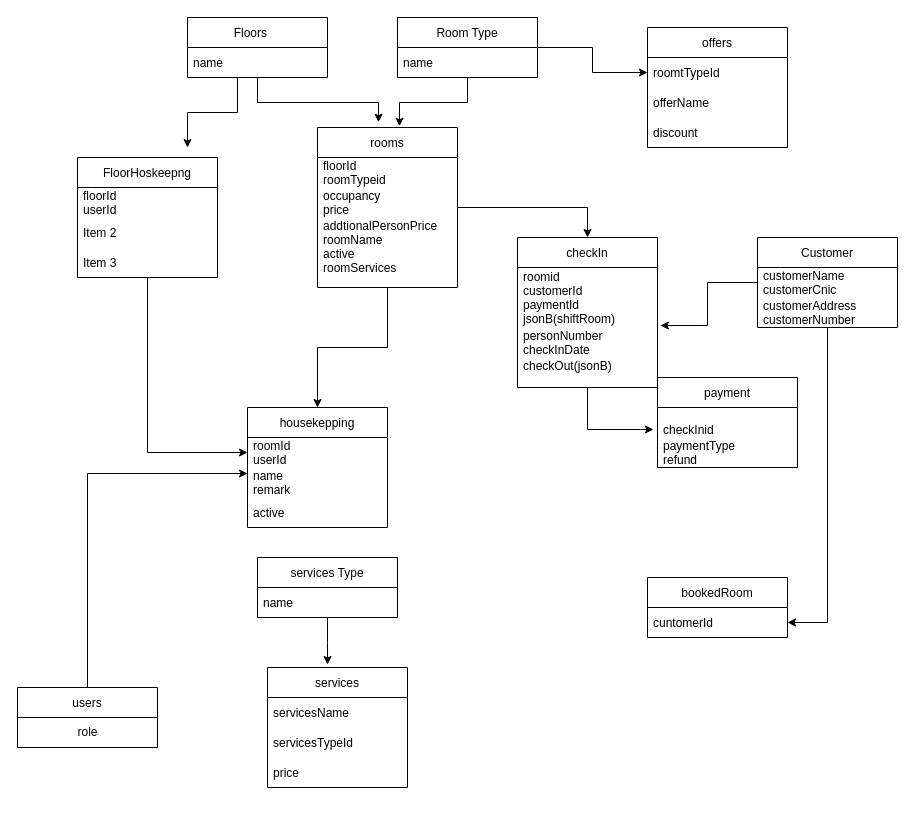
Before: new.drawio in zaryabali786/erdDiagram, a draw.io diagram. Source tidied: cells renumbered, new cells numbered last; positions are measured from the earlier drawing's top-left corner, leaving out a move shared by most shapes. Both pictures are drawn from the tidied source at 100%, with x=0, y=0 at pixel (17, 17).
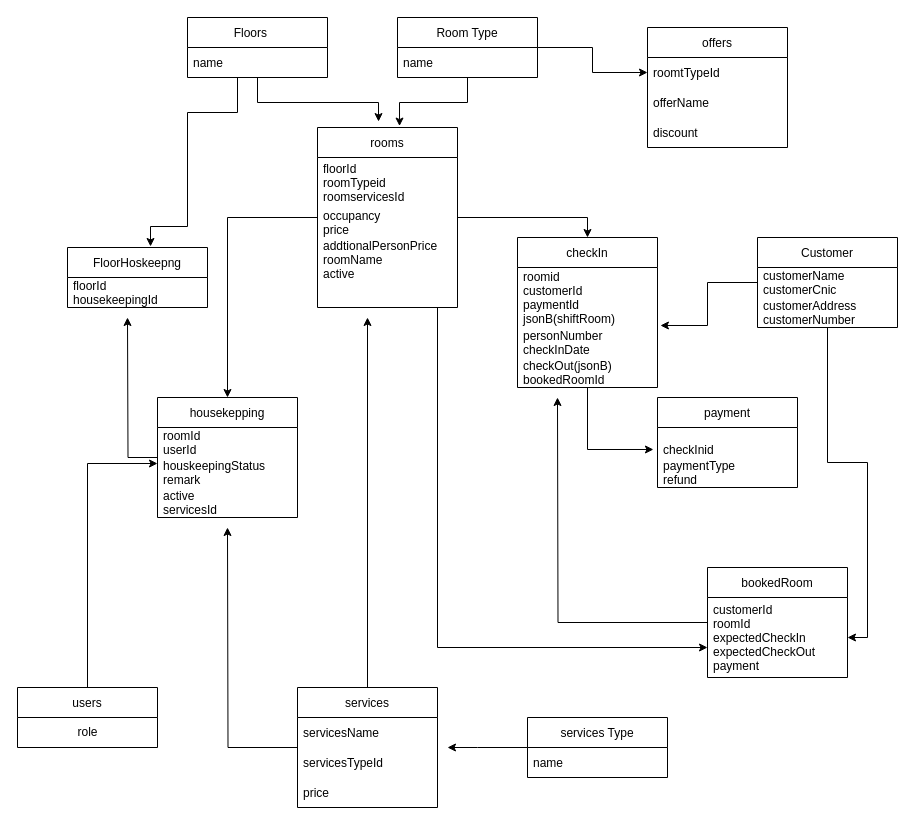
The same page after the edit.

Unchanged cells that the change refers to:
```xml
<mxCell id="4" value="Floors    " style="swimlane;fontStyle=0;horizontal=1;startSize=30;" parent="1" vertex="1">
  <mxGeometry x="170" width="140" height="60" as="geometry" />
</mxCell>
<mxCell id="33" value="roomId&#10;userId" style="text;strokeColor=none;fillColor=none;align=left;verticalAlign=middle;spacingLeft=4;spacingRight=4;overflow=hidden;points=[[0,0.5],[1,0.5]];portConstraint=eastwest;" parent="32" vertex="1">
  <mxGeometry y="30" width="140" height="30" as="geometry" />
</mxCell>
<mxCell id="42" value="users" style="swimlane;fontStyle=0;horizontal=1;startSize=30;" parent="1" vertex="1">
  <mxGeometry y="670" width="140" height="60" as="geometry" />
</mxCell>
<mxCell id="45" value="checkIn" style="swimlane;fontStyle=0;horizontal=1;startSize=30;" parent="1" vertex="1">
  <mxGeometry x="500" y="220" width="140" height="150" as="geometry" />
</mxCell>
```

Change to the diagram source:
```diff
@@
-    <mxCell id="3" style="edgeStyle=orthogonalEdgeStyle;rounded=0;jettySize=auto;html=1;" parent="1" edge="1" source="4">
+    <mxCell id="3" style="edgeStyle=orthogonalEdgeStyle;rounded=0;jettySize=auto;html=1;entryX=0.593;entryY=-0.017;entryDx=0;entryDy=0;entryPerimeter=0;" parent="1" edge="1" source="4" target="28">
       <mxGeometry relative="1" as="geometry">
-        <mxPoint x="170" y="130" as="targetPoint" />
         <Array as="points">
           <mxPoint x="220" y="95" />
           <mxPoint x="170" y="95" />
+          <mxPoint x="170" y="209" />
         </Array>
       </mxGeometry>
     </mxCell>
@@
+    <mxCell id="54" style="edgeStyle=orthogonalEdgeStyle;rounded=0;jettySize=auto;html=1;" parent="1" edge="1" source="16" target="53">
+      <mxGeometry relative="1" as="geometry">
+        <Array as="points">
+          <mxPoint x="420" y="630" />
+        </Array>
+      </mxGeometry>
+    </mxCell>
     <mxCell id="16" value="rooms" style="swimlane;fontStyle=0;horizontal=1;startSize=30;" parent="1" vertex="1">
-      <mxGeometry x="300" y="110" width="140" height="160" as="geometry" />
+      <mxGeometry x="300" y="110" width="140" height="180" as="geometry" />
     </mxCell>
-    <mxCell id="17" value="floorId&#10;roomTypeid" style="text;strokeColor=none;fillColor=none;align=left;verticalAlign=middle;spacingLeft=4;spacingRight=4;overflow=hidden;" parent="16" vertex="1">
-      <mxGeometry y="30" width="140" height="30" as="geometry" />
+    <mxCell id="17" value="floorId&#10;roomTypeid&#10;roomservicesId" style="text;strokeColor=none;fillColor=none;align=left;verticalAlign=middle;spacingLeft=4;spacingRight=4;overflow=hidden;" parent="16" vertex="1">
+      <mxGeometry y="30" width="140" height="50" as="geometry" />
     </mxCell>
     <mxCell id="18" value="occupancy&#10;price" style="text;strokeColor=none;fillColor=none;align=left;verticalAlign=middle;spacingLeft=4;spacingRight=4;overflow=hidden;" parent="16" vertex="1">
-      <mxGeometry y="60" width="140" height="30" as="geometry" />
+      <mxGeometry y="80" width="140" height="30" as="geometry" />
     </mxCell>
-    <mxCell id="19" value="addtionalPersonPrice&#10;roomName&#10;active&#10;roomServices&#10;&#10;" style="text;strokeColor=none;fillColor=none;align=left;verticalAlign=middle;spacingLeft=4;spacingRight=4;overflow=hidden;" parent="16" vertex="1">
-      <mxGeometry y="90" width="140" height="70" as="geometry" />
+    <mxCell id="19" value="addtionalPersonPrice&#10;roomName&#10;active&#10;&#10;" style="text;strokeColor=none;fillColor=none;align=left;verticalAlign=middle;spacingLeft=4;spacingRight=4;overflow=hidden;" parent="16" vertex="1">
+      <mxGeometry y="110" width="140" height="70" as="geometry" />
     </mxCell>
+    <mxCell id="55" style="edgeStyle=orthogonalEdgeStyle;rounded=0;jettySize=auto;html=1;" parent="1" edge="1" source="20">
+      <mxGeometry relative="1" as="geometry">
+        <mxPoint x="350" y="300" as="targetPoint" />
+      </mxGeometry>
+    </mxCell>
+    <mxCell id="56" style="edgeStyle=orthogonalEdgeStyle;rounded=0;jettySize=auto;html=1;" parent="1" edge="1" source="20">
+      <mxGeometry relative="1" as="geometry">
+        <mxPoint x="210" y="510" as="targetPoint" />
+      </mxGeometry>
+    </mxCell>
     <mxCell id="20" value="services" style="swimlane;fontStyle=0;horizontal=1;startSize=30;" parent="1" vertex="1">
-      <mxGeometry x="250" y="650" width="140" height="120" as="geometry" />
+      <mxGeometry x="280" y="670" width="140" height="120" as="geometry" />
     </mxCell>
@@
-    <mxCell id="24" style="edgeStyle=orthogonalEdgeStyle;rounded=0;jettySize=auto;html=1;entryX=0.429;entryY=-0.025;entryDx=0;entryDy=0;entryPerimeter=0;" parent="1" edge="1" source="25" target="20">
-      <mxGeometry relative="1" as="geometry" />
+    <mxCell id="24" style="edgeStyle=orthogonalEdgeStyle;rounded=0;jettySize=auto;html=1;" parent="1" edge="1" source="25">
+      <mxGeometry relative="1" as="geometry">
+        <mxPoint x="430" y="730" as="targetPoint" />
+        <Array as="points">
+          <mxPoint x="460" y="730" />
+          <mxPoint x="460" y="730" />
+        </Array>
+      </mxGeometry>
     </mxCell>
     <mxCell id="25" value="services Type" style="swimlane;fontStyle=0;horizontal=1;startSize=30;" parent="1" vertex="1">
-      <mxGeometry x="240" y="540" width="140" height="60" as="geometry" />
+      <mxGeometry x="510" y="700" width="140" height="60" as="geometry" />
     </mxCell>
@@
-    <mxCell id="27" style="edgeStyle=orthogonalEdgeStyle;rounded=0;jettySize=auto;html=1;entryX=0;entryY=0.5;entryDx=0;entryDy=0;" parent="1" edge="1" source="28" target="33">
-      <mxGeometry relative="1" as="geometry" />
-    </mxCell>
     <mxCell id="28" value="FloorHoskeepng" style="swimlane;fontStyle=0;horizontal=1;startSize=30;" parent="1" vertex="1">
-      <mxGeometry x="60" y="140" width="140" height="120" as="geometry" />
+      <mxGeometry x="50" y="230" width="140" height="60" as="geometry" />
     </mxCell>
-    <mxCell id="29" value="floorId&#10;userId" style="text;strokeColor=none;fillColor=none;align=left;verticalAlign=middle;spacingLeft=4;spacingRight=4;overflow=hidden;" parent="28" vertex="1">
+    <mxCell id="29" value="floorId&#10;housekeepingId" style="text;strokeColor=none;fillColor=none;align=left;verticalAlign=middle;spacingLeft=4;spacingRight=4;overflow=hidden;" parent="28" vertex="1">
       <mxGeometry y="30" width="140" height="30" as="geometry" />
     </mxCell>
-    <mxCell id="30" value="Item 2" style="text;strokeColor=none;fillColor=none;align=left;verticalAlign=middle;spacingLeft=4;spacingRight=4;overflow=hidden;" parent="28" vertex="1">
-      <mxGeometry y="60" width="140" height="30" as="geometry" />
-    </mxCell>
-    <mxCell id="31" value="Item 3" style="text;strokeColor=none;fillColor=none;align=left;verticalAlign=middle;spacingLeft=4;spacingRight=4;overflow=hidden;" parent="28" vertex="1">
-      <mxGeometry y="90" width="140" height="30" as="geometry" />
-    </mxCell>
+    <mxCell id="57" style="edgeStyle=orthogonalEdgeStyle;rounded=0;jettySize=auto;html=1;" parent="1" edge="1" source="32">
+      <mxGeometry relative="1" as="geometry">
+        <mxPoint x="110" y="300" as="targetPoint" />
+      </mxGeometry>
+    </mxCell>
     <mxCell id="32" value="housekepping" style="swimlane;fontStyle=0;horizontal=1;startSize=30;" parent="1" vertex="1">
-      <mxGeometry x="230" y="390" width="140" height="120" as="geometry" />
+      <mxGeometry x="140" y="380" width="140" height="120" as="geometry" />
     </mxCell>
@@
-    <mxCell id="34" value="name&#10;remark" style="text;strokeColor=none;fillColor=none;align=left;verticalAlign=middle;spacingLeft=4;spacingRight=4;overflow=hidden;points=[[0,0.5],[1,0.5]];portConstraint=eastwest;" parent="32" vertex="1">
+    <mxCell id="34" value="houskeepingStatus&#10;remark" style="text;strokeColor=none;fillColor=none;align=left;verticalAlign=middle;spacingLeft=4;spacingRight=4;overflow=hidden;points=[[0,0.5],[1,0.5]];portConstraint=eastwest;" parent="32" vertex="1">
       <mxGeometry y="60" width="140" height="30" as="geometry" />
     </mxCell>
-    <mxCell id="35" value="active" style="text;strokeColor=none;fillColor=none;align=left;verticalAlign=middle;spacingLeft=4;spacingRight=4;overflow=hidden;" parent="32" vertex="1">
+    <mxCell id="35" value="active&#10;servicesId" style="text;strokeColor=none;fillColor=none;align=left;verticalAlign=middle;spacingLeft=4;spacingRight=4;overflow=hidden;" parent="32" vertex="1">
       <mxGeometry y="90" width="140" height="30" as="geometry" />
     </mxCell>
@@
     <mxCell id="41" style="edgeStyle=orthogonalEdgeStyle;rounded=0;jettySize=auto;html=1;entryX=0;entryY=0.2;entryDx=0;entryDy=0;entryPerimeter=0;" parent="1" edge="1" source="42" target="34">
-      <mxGeometry relative="1" as="geometry" />
+      <mxGeometry relative="1" as="geometry">
+        <Array as="points">
+          <mxPoint x="70" y="446" />
+        </Array>
+      </mxGeometry>
     </mxCell>
@@
-    <mxCell id="48" value="checkOut(jsonB)&#10;" style="text;strokeColor=none;fillColor=none;align=left;verticalAlign=middle;spacingLeft=4;spacingRight=4;overflow=hidden;" parent="45" vertex="1">
+    <mxCell id="48" value="checkOut(jsonB)&#10;bookedRoomId" style="text;strokeColor=none;fillColor=none;align=left;verticalAlign=middle;spacingLeft=4;spacingRight=4;overflow=hidden;" parent="45" vertex="1">
       <mxGeometry y="120" width="140" height="30" as="geometry" />
     </mxCell>
     <mxCell id="49" value="payment" style="swimlane;fontStyle=0;horizontal=1;startSize=30;" parent="1" vertex="1">
-      <mxGeometry x="640" y="360" width="140" height="90" as="geometry" />
+      <mxGeometry x="640" y="380" width="140" height="90" as="geometry" />
     </mxCell>
@@
+    <mxCell id="58" style="edgeStyle=orthogonalEdgeStyle;rounded=0;jettySize=auto;html=1;" parent="1" edge="1" source="52">
+      <mxGeometry relative="1" as="geometry">
+        <mxPoint x="540" y="380" as="targetPoint" />
+      </mxGeometry>
+    </mxCell>
     <mxCell id="52" value="bookedRoom" style="swimlane;fontStyle=0;horizontal=1;startSize=30;" parent="1" vertex="1">
-      <mxGeometry x="630" y="560" width="140" height="60" as="geometry" />
+      <mxGeometry x="690" y="550" width="140" height="110" as="geometry" />
     </mxCell>
-    <mxCell id="53" value="cuntomerId" style="text;strokeColor=none;fillColor=none;align=left;verticalAlign=middle;spacingLeft=4;spacingRight=4;overflow=hidden;points=[[0,0.5],[1,0.5]];portConstraint=eastwest;" parent="52" vertex="1">
-      <mxGeometry y="30" width="140" height="30" as="geometry" />
+    <mxCell id="53" value="customerId&#10;roomId&#10;expectedCheckIn&#10;expectedCheckOut&#10;payment" style="text;strokeColor=none;fillColor=none;align=left;verticalAlign=middle;spacingLeft=4;spacingRight=4;overflow=hidden;points=[[0,0.5],[1,0.5]];portConstraint=eastwest;" parent="52" vertex="1">
+      <mxGeometry y="30" width="140" height="80" as="geometry" />
     </mxCell>
```
